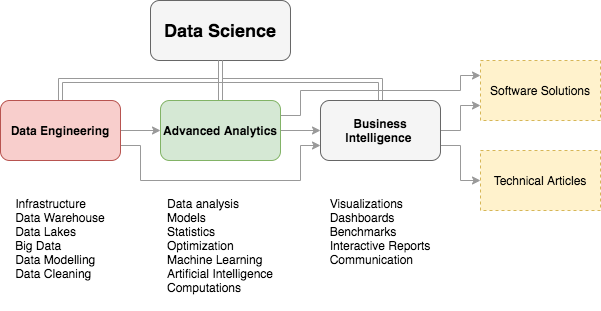
Before: data_science_overview.png, a diagram exported from draw.io (PeterFogh/how_to_do_data_science). Source tidied: cells renumbered, new cells last; positions are measured from the earlier drawing's top-left corner, leaving out a move shared by most shapes.
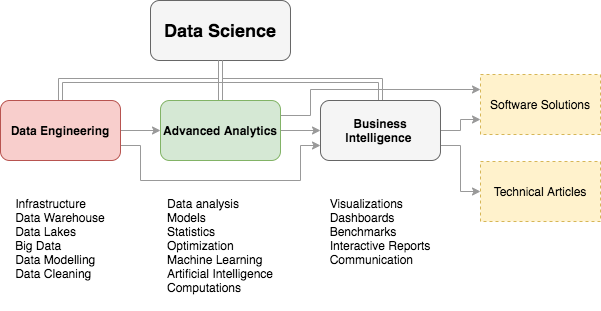
The same file after the commit.

What changed in the source:
```diff
@@ -27,13 +27,11 @@
     <mxCell id="7" style="edgeStyle=orthogonalEdgeStyle;rounded=0;html=1;exitX=1;exitY=0.5;entryX=0;entryY=0.5;startArrow=none;startFill=0;endArrow=classic;endFill=1;jettySize=auto;strokeColor=#999999;" parent="1" edge="1" source="10" target="14">
       <mxGeometry relative="1" as="geometry" />
     </mxCell>
-    <mxCell id="8" style="edgeStyle=orthogonalEdgeStyle;rounded=0;html=1;exitX=1;exitY=0.25;entryX=0;entryY=0.25;startArrow=none;startFill=0;endArrow=classic;endFill=1;jettySize=auto;strokeColor=#999999;" parent="1" edge="1" source="10" target="15">
+    <mxCell id="8" style="edgeStyle=orthogonalEdgeStyle;rounded=0;html=1;exitX=1;exitY=0.25;startArrow=none;startFill=0;endArrow=classic;endFill=1;jettySize=auto;strokeColor=#999999;entryX=0;entryY=0.25;entryDx=0;entryDy=0;" parent="1" edge="1" source="10" target="15">
       <mxGeometry relative="1" as="geometry">
         <Array as="points">
-          <mxPoint x="300" y="115" />
-          <mxPoint x="300" y="90" />
-          <mxPoint x="460" y="90" />
-          <mxPoint x="460" y="75" />
+          <mxPoint x="310" y="115" />
+          <mxPoint x="310" y="89" />
         </Array>
       </mxGeometry>
     </mxCell>
@@ -56,10 +54,10 @@
       <mxGeometry x="320" y="100" width="120" height="60" as="geometry" />
     </mxCell>
     <mxCell id="15" value="Software Solutions&lt;br&gt;" style="rounded=0;whiteSpace=wrap;html=1;dashed=1;fillColor=#fff2cc;strokeColor=#d6b656;" parent="1" vertex="1">
-      <mxGeometry x="480" y="60" width="120" height="60" as="geometry" />
+      <mxGeometry x="480" y="74" width="120" height="60" as="geometry" />
     </mxCell>
     <mxCell id="16" value="Technical Articles&lt;br&gt;" style="rounded=0;whiteSpace=wrap;html=1;dashed=1;fillColor=#fff2cc;strokeColor=#d6b656;" parent="1" vertex="1">
-      <mxGeometry x="480" y="150" width="120" height="60" as="geometry" />
+      <mxGeometry x="480" y="161" width="120" height="60" as="geometry" />
     </mxCell>
     <mxCell id="17" value="&lt;div style=&quot;text-align: left&quot;&gt;&lt;span&gt;Infrastructure&lt;/span&gt;&lt;br&gt;&lt;/div&gt;&lt;div style=&quot;text-align: left&quot;&gt;&lt;span&gt;Data Warehouse&lt;/span&gt;&lt;br&gt;&lt;/div&gt;&lt;div style=&quot;text-align: left&quot;&gt;&lt;span&gt;Data Lakes&lt;/span&gt;&lt;/div&gt;&lt;div style=&quot;text-align: left&quot;&gt;&lt;span&gt;Big Data&lt;/span&gt;&lt;/div&gt;&lt;div style=&quot;text-align: left&quot;&gt;Data Modelling&lt;/div&gt;&lt;div style=&quot;text-align: left&quot;&gt;Data Cleaning&lt;/div&gt;&lt;div style=&quot;text-align: left&quot;&gt;&lt;br&gt;&lt;/div&gt;" style="text;html=1;strokeColor=none;fillColor=none;align=center;verticalAlign=top;whiteSpace=wrap;rounded=0;dashed=1;" parent="1" vertex="1">
       <mxGeometry y="190" width="120" height="110" as="geometry" />
```
